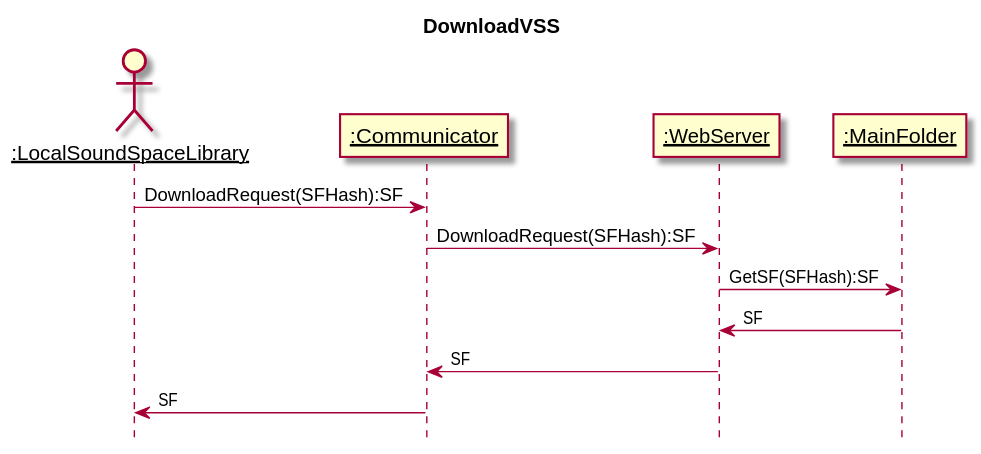
Earlier version of the PlantUML export 设计/Diagrams/DownloadVSSServerSequenceDiagram.svg (kpp19920121/doc). Source of this version:
```plantuml
@startuml Diagrams/DownloadVSSServerSequenceDiagram
title DownloadVSS
hide footbox
skinparam sequenceParticipant underline
actor ":LocalSoundSpaceLibrary" as Client
participant ":Communicator" as Communicator
participant ":WebServer" as WebServer
participant ":MainFolder" as Folder
Client->Communicator:DownloadRequest(SFHash):SF
Communicator->WebServer:DownloadRequest(SFHash):SF
WebServer->Folder:GetSF(SFHash):SF
Folder->WebServer:SF
WebServer->Communicator:SF
Communicator->Client:SF
@enduml
```
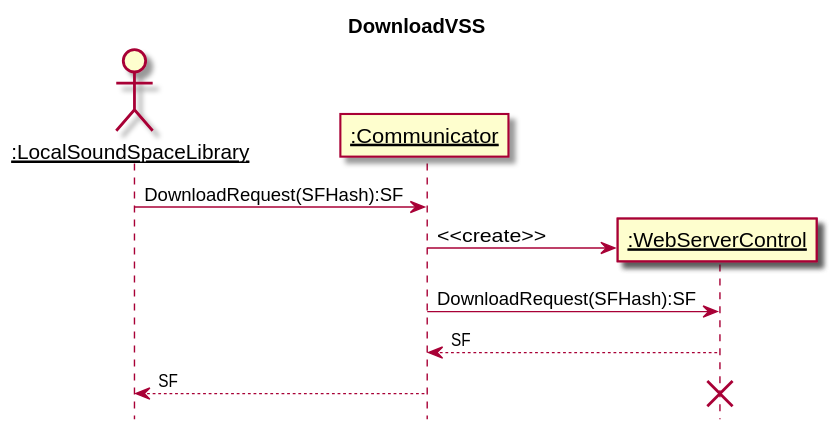
After the commit.

The edit, as a diff of the source:
```diff
@@ -4,12 +4,12 @@
 skinparam sequenceParticipant underline
 actor ":LocalSoundSpaceLibrary" as Client
 participant ":Communicator" as Communicator
-participant ":WebServer" as WebServer
-participant ":MainFolder" as Folder
+participant ":WebServerControl" as WebServer
 Client->Communicator:DownloadRequest(SFHash):SF
+create WebServer
+Communicator->WebServer:<<create>>
 Communicator->WebServer:DownloadRequest(SFHash):SF
-WebServer->Folder:GetSF(SFHash):SF
-Folder->WebServer:SF
-WebServer->Communicator:SF
-Communicator->Client:SF
+WebServer-->Communicator:SF
+Communicator-->Client:SF
+destroy WebServer
 @enduml
```
